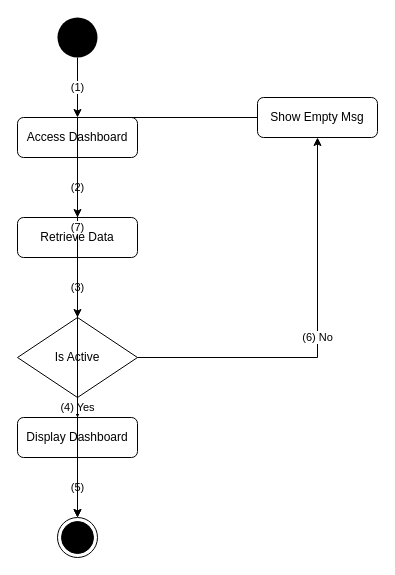
kingDlight/UEIMS_Project keeps this draw.io diagram as activity_flow/uc66_activity_flow.drawio. Above is the earlier version. Source tidied: cells renumbered, new cells numbered last; positions are measured from the earlier drawing's top-left corner, leaving out a move shared by most shapes. Both pictures are drawn from the tidied source at 100%, with x=0, y=0 at pixel (17, 17).
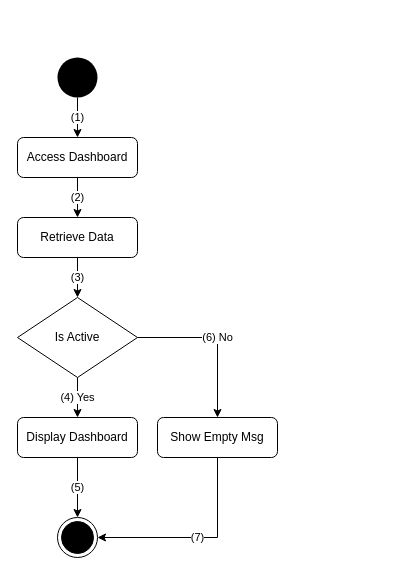
The same page after the edit.

The edit, as a diff of the source:
```diff
@@
 <mxGraphModel>
   <root>
     <mxCell id="0" />
     <mxCell id="1" parent="0" />
     <mxCell id="2" style="ellipse;whiteSpace=wrap;html=1;fillColor=#000000;strokeColor=none;" parent="1" vertex="1">
-      <mxGeometry x="40" width="40" height="40" as="geometry" />
+      <mxGeometry x="40" y="40" width="40" height="40" as="geometry" />
     </mxCell>
     <mxCell id="3" value="Access Dashboard" style="rounded=1;whiteSpace=wrap;html=1;" parent="1" vertex="1">
-      <mxGeometry y="100" width="120" height="40" as="geometry" />
+      <mxGeometry y="120" width="120" height="40" as="geometry" />
     </mxCell>
     <mxCell id="4" value="Retrieve Data" style="rounded=1;whiteSpace=wrap;html=1;" parent="1" vertex="1">
       <mxGeometry y="200" width="120" height="40" as="geometry" />
     </mxCell>
     <mxCell id="5" value="Is Active" style="rhombus;whiteSpace=wrap;html=1;" parent="1" vertex="1">
-      <mxGeometry y="300" width="120" height="80" as="geometry" />
+      <mxGeometry y="280" width="120" height="80" as="geometry" />
     </mxCell>
     <mxCell id="6" value="Display Dashboard" style="rounded=1;whiteSpace=wrap;html=1;" parent="1" vertex="1">
       <mxGeometry y="400" width="120" height="40" as="geometry" />
     </mxCell>
     <mxCell id="7" style="ellipse;html=1;shape=endState;fillColor=#000000;strokeColor=#000000;" parent="1" vertex="1">
       <mxGeometry x="40" y="500" width="40" height="40" as="geometry" />
     </mxCell>
     <mxCell id="8" value="Show Empty Msg" style="rounded=1;whiteSpace=wrap;html=1;" parent="1" vertex="1">
-      <mxGeometry x="240" y="80" width="120" height="40" as="geometry" />
+      <mxGeometry x="140" y="400" width="120" height="40" as="geometry" />
     </mxCell>
     <mxCell id="9" value="(1)" style="edgeStyle=orthogonalEdgeStyle;rounded=0;html=1;exitX=0.5;exitY=1;entryX=0.5;entryY=0;" parent="1" edge="1" source="2" target="3">
       <mxGeometry relative="1" as="geometry" />
     </mxCell>
     <mxCell id="10" value="(2)" style="edgeStyle=orthogonalEdgeStyle;rounded=0;html=1;exitX=0.5;exitY=1;entryX=0.5;entryY=0;" parent="1" edge="1" source="3" target="4">
       <mxGeometry relative="1" as="geometry" />
     </mxCell>
     <mxCell id="11" value="(3)" style="edgeStyle=orthogonalEdgeStyle;rounded=0;html=1;exitX=0.5;exitY=1;entryX=0.5;entryY=0;" parent="1" edge="1" source="4" target="5">
       <mxGeometry relative="1" as="geometry" />
     </mxCell>
     <mxCell id="12" value="(4) Yes" style="edgeStyle=orthogonalEdgeStyle;rounded=0;html=1;exitX=0.5;exitY=1;entryX=0.5;entryY=0;" parent="1" edge="1" source="5" target="6">
       <mxGeometry relative="1" as="geometry" />
     </mxCell>
     <mxCell id="13" value="(5)" style="edgeStyle=orthogonalEdgeStyle;rounded=0;html=1;exitX=0.5;exitY=1;entryX=0.5;entryY=0;" parent="1" edge="1" source="6" target="7">
       <mxGeometry relative="1" as="geometry" />
     </mxCell>
-    <mxCell id="14" value="(6) No" style="edgeStyle=orthogonalEdgeStyle;rounded=0;html=1;exitX=1;exitY=0.5;entryX=0.5;entryY=1;" parent="1" edge="1" source="5" target="8">
+    <mxCell id="14" value="(6) No" style="edgeStyle=orthogonalEdgeStyle;rounded=0;html=1;exitX=1;exitY=0.5;entryX=0.5;entryY=0;entryDx=0;entryDy=0;" parent="1" edge="1" source="5" target="8">
       <mxGeometry relative="1" as="geometry" />
     </mxCell>
-    <mxCell id="15" value="(7)" style="edgeStyle=orthogonalEdgeStyle;rounded=0;html=1;exitX=0;exitY=0.5;entryX=0.5;entryY=0;" parent="1" edge="1" source="8" target="7">
+    <mxCell id="15" value="(7)" style="edgeStyle=orthogonalEdgeStyle;rounded=0;html=1;exitX=0.5;exitY=1;entryX=1;entryY=0.5;exitDx=0;exitDy=0;entryDx=0;entryDy=0;" parent="1" edge="1" source="8" target="7">
       <mxGeometry relative="1" as="geometry" />
     </mxCell>
   </root>
 </mxGraphModel>
```
